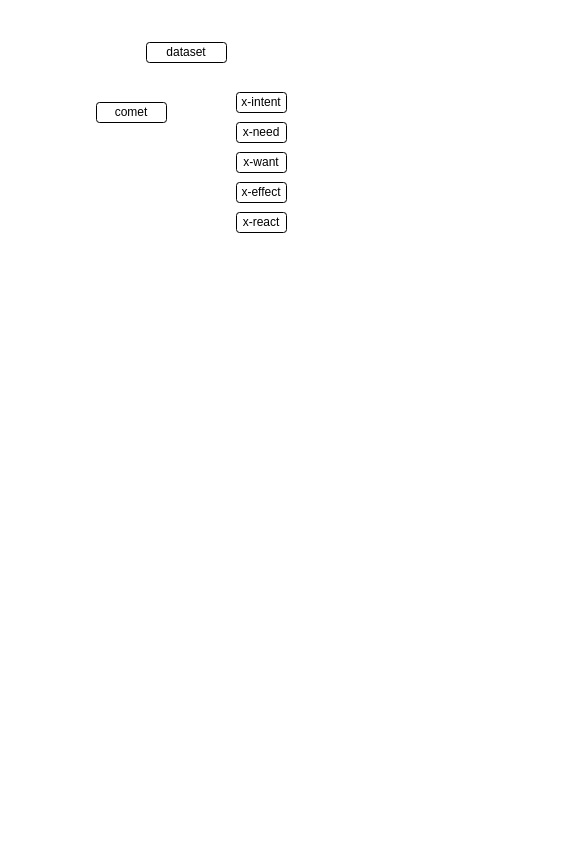
Above: comet_llm工作流程.drawio in ShizhongP/dl-notes (draw.io), before the change. Source tidied: cells renumbered, new cells numbered last; positions are measured from the earlier drawing's top-left corner, leaving out a move shared by most shapes. Both pictures are drawn from the tidied source at 100%, with x=0, y=0 at pixel (96, 42).
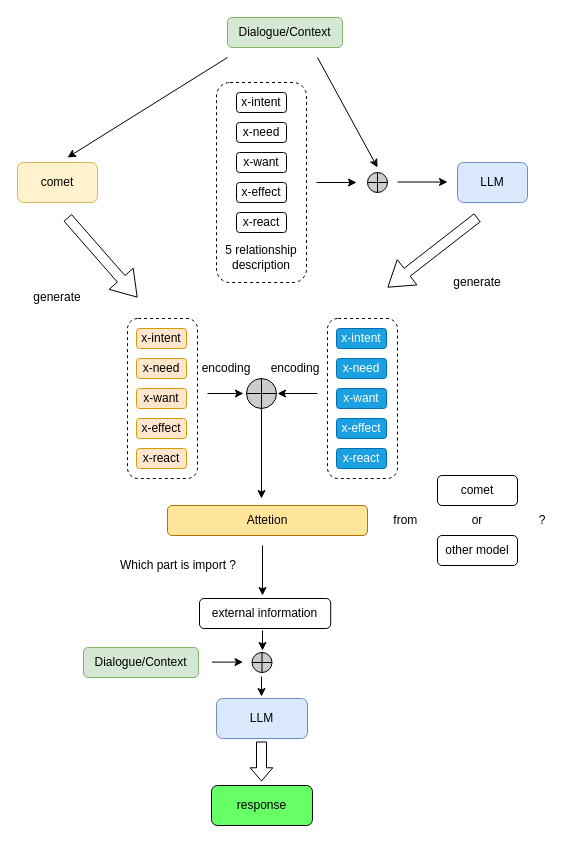
After the change.

Commit message (it also covers changes not shown here):
更新comet_llm工作流程.drawio

Diff of the diagram source:
```diff
@@
+    <mxCell id="9" style="rounded=1;whiteSpace=wrap;html=1;dashed=1;" parent="1" vertex="1">
+      <mxGeometry x="120" y="40" width="90" height="200" as="geometry" />
+    </mxCell>
-    <mxCell id="2" value="dataset" style="rounded=1;whiteSpace=wrap;html=1;" parent="1" vertex="1">
-      <mxGeometry x="50" width="80" height="20" as="geometry" />
+    <mxCell id="2" value="Dialogue/Context" style="rounded=1;whiteSpace=wrap;html=1;fillColor=#d5e8d4;strokeColor=#82b366;" parent="1" vertex="1">
+      <mxGeometry x="131" y="-25" width="115" height="30" as="geometry" />
     </mxCell>
-    <mxCell id="3" value="comet" style="rounded=1;whiteSpace=wrap;html=1;" parent="1" vertex="1">
-      <mxGeometry y="60" width="70" height="20" as="geometry" />
+    <mxCell id="3" value="comet" style="rounded=1;whiteSpace=wrap;html=1;fillColor=#fff2cc;strokeColor=#d6b656;" parent="1" vertex="1">
+      <mxGeometry x="-79" y="120" width="80" height="40" as="geometry" />
     </mxCell>
@@
+    <mxCell id="10" value="LLM" style="rounded=1;whiteSpace=wrap;html=1;fillColor=#dae8fc;strokeColor=#6c8ebf;" parent="1" vertex="1">
+      <mxGeometry x="361" y="120" width="70" height="40" as="geometry" />
+    </mxCell>
+    <mxCell id="11" value="generate" style="text;html=1;align=center;verticalAlign=middle;whiteSpace=wrap;rounded=0;" parent="1" vertex="1">
+      <mxGeometry x="351" y="225" width="60" height="30" as="geometry" />
+    </mxCell>
+    <mxCell id="12" style="endArrow=classic;html=1;rounded=0;" parent="1" edge="1">
+      <mxGeometry relative="1" as="geometry">
+        <mxPoint x="131" y="15" as="sourcePoint" />
+        <mxPoint x="-29" y="115" as="targetPoint" />
+      </mxGeometry>
+    </mxCell>
+    <mxCell id="13" value="5 relationship description" style="text;html=1;align=center;verticalAlign=middle;whiteSpace=wrap;rounded=0;" parent="1" vertex="1">
+      <mxGeometry x="110" y="200" width="110" height="30" as="geometry" />
+    </mxCell>
+    <mxCell id="14" style="shape=orEllipse;perimeter=ellipsePerimeter;whiteSpace=wrap;html=1;backgroundOutline=1;fillColor=#CCCCCC;" parent="1" vertex="1">
+      <mxGeometry x="271" y="130" width="20" height="20" as="geometry" />
+    </mxCell>
+    <mxCell id="15" style="endArrow=classic;html=1;rounded=0;" parent="1" edge="1">
+      <mxGeometry relative="1" as="geometry">
+        <mxPoint x="221" y="15" as="sourcePoint" />
+        <mxPoint x="281" y="125" as="targetPoint" />
+      </mxGeometry>
+    </mxCell>
+    <mxCell id="16" style="endArrow=classic;html=1;rounded=0;" parent="1" edge="1">
+      <mxGeometry relative="1" as="geometry">
+        <mxPoint x="220" y="140" as="sourcePoint" />
+        <mxPoint x="260" y="140" as="targetPoint" />
+      </mxGeometry>
+    </mxCell>
+    <mxCell id="17" style="shape=flexArrow;endArrow=classic;html=1;rounded=0;endWidth=21;endSize=7.77;" parent="1" edge="1">
+      <mxGeometry relative="1" as="geometry">
+        <mxPoint x="381" y="175" as="sourcePoint" />
+        <mxPoint x="291" y="245" as="targetPoint" />
+      </mxGeometry>
+    </mxCell>
+    <mxCell id="18" style="rounded=1;whiteSpace=wrap;html=1;dashed=1;" parent="1" vertex="1">
+      <mxGeometry x="31" y="276" width="70" height="160" as="geometry" />
+    </mxCell>
+    <mxCell id="19" value="x-intent" style="rounded=1;whiteSpace=wrap;html=1;fillColor=#ffe6cc;strokeColor=#d79b00;" parent="1" vertex="1">
+      <mxGeometry x="40" y="286" width="50" height="20" as="geometry" />
+    </mxCell>
+    <mxCell id="20" value="x-need" style="rounded=1;whiteSpace=wrap;html=1;fillColor=#ffe6cc;strokeColor=#d79b00;" parent="1" vertex="1">
+      <mxGeometry x="40" y="316" width="50" height="20" as="geometry" />
+    </mxCell>
+    <mxCell id="21" value="x-want" style="rounded=1;whiteSpace=wrap;html=1;fillColor=#ffe6cc;strokeColor=#d79b00;" parent="1" vertex="1">
+      <mxGeometry x="40" y="346" width="50" height="20" as="geometry" />
+    </mxCell>
+    <mxCell id="22" value="x-effect" style="rounded=1;whiteSpace=wrap;html=1;fillColor=#ffe6cc;strokeColor=#d79b00;" parent="1" vertex="1">
+      <mxGeometry x="40" y="376" width="50" height="20" as="geometry" />
+    </mxCell>
+    <mxCell id="23" value="x-react" style="rounded=1;whiteSpace=wrap;html=1;fillColor=#ffe6cc;strokeColor=#d79b00;" parent="1" vertex="1">
+      <mxGeometry x="40" y="406" width="50" height="20" as="geometry" />
+    </mxCell>
+    <mxCell id="24" style="shape=flexArrow;endArrow=classic;html=1;rounded=0;endWidth=21;endSize=7.77;" parent="1" edge="1">
+      <mxGeometry relative="1" as="geometry">
+        <mxPoint x="-29" y="175" as="sourcePoint" />
+        <mxPoint x="41" y="255" as="targetPoint" />
+      </mxGeometry>
+    </mxCell>
+    <mxCell id="25" value="generate" style="text;html=1;align=center;verticalAlign=middle;whiteSpace=wrap;rounded=0;" parent="1" vertex="1">
+      <mxGeometry x="-69" y="240" width="60" height="30" as="geometry" />
+    </mxCell>
+    <mxCell id="26" style="rounded=1;whiteSpace=wrap;html=1;dashed=1;" parent="1" vertex="1">
+      <mxGeometry x="231" y="276" width="70" height="160" as="geometry" />
+    </mxCell>
+    <mxCell id="27" value="x-intent" style="rounded=1;whiteSpace=wrap;html=1;fillColor=#1ba1e2;fontColor=#ffffff;strokeColor=#006EAF;" parent="1" vertex="1">
+      <mxGeometry x="240" y="286" width="50" height="20" as="geometry" />
+    </mxCell>
+    <mxCell id="28" value="x-need" style="rounded=1;whiteSpace=wrap;html=1;fillColor=#1ba1e2;fontColor=#ffffff;strokeColor=#006EAF;" parent="1" vertex="1">
+      <mxGeometry x="240" y="316" width="50" height="20" as="geometry" />
+    </mxCell>
+    <mxCell id="29" value="x-want" style="rounded=1;whiteSpace=wrap;html=1;fillColor=#1ba1e2;fontColor=#ffffff;strokeColor=#006EAF;" parent="1" vertex="1">
+      <mxGeometry x="240" y="346" width="50" height="20" as="geometry" />
+    </mxCell>
+    <mxCell id="30" value="x-effect" style="rounded=1;whiteSpace=wrap;html=1;fillColor=#1ba1e2;fontColor=#ffffff;strokeColor=#006EAF;" parent="1" vertex="1">
+      <mxGeometry x="240" y="376" width="50" height="20" as="geometry" />
+    </mxCell>
+    <mxCell id="31" value="x-react" style="rounded=1;whiteSpace=wrap;html=1;fillColor=#1ba1e2;fontColor=#ffffff;strokeColor=#006EAF;" parent="1" vertex="1">
+      <mxGeometry x="240" y="406" width="50" height="20" as="geometry" />
+    </mxCell>
+    <mxCell id="32" style="endArrow=classic;html=1;rounded=0;" parent="1" edge="1">
+      <mxGeometry relative="1" as="geometry">
+        <mxPoint x="301" y="139.5" as="sourcePoint" />
+        <mxPoint x="351" y="139.5" as="targetPoint" />
+      </mxGeometry>
+    </mxCell>
+    <mxCell id="33" value="Attetion" style="rounded=1;whiteSpace=wrap;html=1;fillColor=#FFE599;fontColor=#000000;strokeColor=#BD7000;" parent="1" vertex="1">
+      <mxGeometry x="71" y="463" width="200" height="30" as="geometry" />
+    </mxCell>
+    <mxCell id="34" style="shape=orEllipse;perimeter=ellipsePerimeter;whiteSpace=wrap;html=1;backgroundOutline=1;fillColor=#CCCCCC;" parent="1" vertex="1">
+      <mxGeometry x="150" y="336" width="30" height="30" as="geometry" />
+    </mxCell>
+    <mxCell id="35" style="endArrow=classic;html=1;rounded=0;entryX=-0.102;entryY=0.5;entryDx=0;entryDy=0;entryPerimeter=0;" parent="1" edge="1" target="34">
+      <mxGeometry relative="1" as="geometry">
+        <mxPoint x="111" y="351" as="sourcePoint" />
+      </mxGeometry>
+    </mxCell>
+    <mxCell id="36" style="endArrow=classic;html=1;rounded=0;" parent="1" edge="1">
+      <mxGeometry relative="1" as="geometry">
+        <mxPoint x="221" y="351" as="sourcePoint" />
+        <mxPoint x="181" y="351" as="targetPoint" />
+      </mxGeometry>
+    </mxCell>
+    <mxCell id="37" value="encoding" style="text;html=1;align=center;verticalAlign=middle;whiteSpace=wrap;rounded=0;" parent="1" vertex="1">
+      <mxGeometry x="95" y="316" width="70" height="20" as="geometry" />
+    </mxCell>
+    <mxCell id="38" value="encoding" style="text;html=1;align=center;verticalAlign=middle;whiteSpace=wrap;rounded=0;" parent="1" vertex="1">
+      <mxGeometry x="164" y="316" width="70" height="20" as="geometry" />
+    </mxCell>
+    <mxCell id="39" style="endArrow=classic;html=1;rounded=0;exitX=0.5;exitY=1;exitDx=0;exitDy=0;" parent="1" edge="1" source="34">
+      <mxGeometry relative="1" as="geometry">
+        <mxPoint x="165" y="456" as="targetPoint" />
+      </mxGeometry>
+    </mxCell>
+    <mxCell id="40" value="Which part is import ?" style="text;html=1;align=center;verticalAlign=middle;whiteSpace=wrap;rounded=0;" parent="1" vertex="1">
+      <mxGeometry x="13" y="503" width="137.5" height="40" as="geometry" />
+    </mxCell>
+    <mxCell id="41" style="endArrow=classic;html=1;rounded=0;" parent="1" edge="1">
+      <mxGeometry relative="1" as="geometry">
+        <mxPoint x="166" y="503" as="sourcePoint" />
+        <mxPoint x="166" y="553" as="targetPoint" />
+      </mxGeometry>
+    </mxCell>
+    <mxCell id="42" value="from&amp;nbsp;" style="text;html=1;align=center;verticalAlign=middle;whiteSpace=wrap;rounded=0;" parent="1" vertex="1">
+      <mxGeometry x="281" y="463" width="60" height="30" as="geometry" />
+    </mxCell>
+    <mxCell id="43" value="comet" style="rounded=1;whiteSpace=wrap;html=1;" parent="1" vertex="1">
+      <mxGeometry x="341" y="433" width="80" height="30" as="geometry" />
+    </mxCell>
+    <mxCell id="44" value="?" style="text;html=1;align=center;verticalAlign=middle;whiteSpace=wrap;rounded=0;" parent="1" vertex="1">
+      <mxGeometry x="421" y="458" width="50" height="40" as="geometry" />
+    </mxCell>
+    <mxCell id="45" value="other model" style="rounded=1;whiteSpace=wrap;html=1;" parent="1" vertex="1">
+      <mxGeometry x="341" y="493" width="80" height="30" as="geometry" />
+    </mxCell>
+    <mxCell id="46" value="or" style="text;html=1;align=center;verticalAlign=middle;whiteSpace=wrap;rounded=0;" parent="1" vertex="1">
+      <mxGeometry x="351" y="463" width="60" height="30" as="geometry" />
+    </mxCell>
+    <mxCell id="47" value="external information" style="rounded=1;whiteSpace=wrap;html=1;" parent="1" vertex="1">
+      <mxGeometry x="103" y="556" width="131.2" height="30" as="geometry" />
+    </mxCell>
+    <mxCell id="48" value="LLM" style="rounded=1;whiteSpace=wrap;html=1;fillColor=#dae8fc;strokeColor=#6c8ebf;" parent="1" vertex="1">
+      <mxGeometry x="120" y="656" width="91" height="40" as="geometry" />
+    </mxCell>
+    <mxCell id="49" value="Dialogue/Context" style="rounded=1;whiteSpace=wrap;html=1;fillColor=#d5e8d4;strokeColor=#82b366;" parent="1" vertex="1">
+      <mxGeometry x="-13" y="605" width="115" height="30" as="geometry" />
+    </mxCell>
+    <mxCell id="50" style="shape=orEllipse;perimeter=ellipsePerimeter;whiteSpace=wrap;html=1;backgroundOutline=1;fillColor=#CCCCCC;" parent="1" vertex="1">
+      <mxGeometry x="155.5" y="610" width="20" height="20" as="geometry" />
+    </mxCell>
+    <mxCell id="51" style="endArrow=classic;html=1;rounded=0;" parent="1" edge="1">
+      <mxGeometry relative="1" as="geometry">
+        <mxPoint x="115.5" y="619.6" as="sourcePoint" />
+        <mxPoint x="146.5" y="619.6" as="targetPoint" />
+      </mxGeometry>
+    </mxCell>
+    <mxCell id="52" style="endArrow=classic;html=1;rounded=0;" parent="1" edge="1">
+      <mxGeometry relative="1" as="geometry">
+        <mxPoint x="166" y="588" as="sourcePoint" />
+        <mxPoint x="166" y="608" as="targetPoint" />
+      </mxGeometry>
+    </mxCell>
+    <mxCell id="53" style="endArrow=classic;html=1;rounded=0;" parent="1" edge="1">
+      <mxGeometry relative="1" as="geometry">
+        <mxPoint x="165" y="634" as="sourcePoint" />
+        <mxPoint x="165" y="654" as="targetPoint" />
+      </mxGeometry>
+    </mxCell>
+    <mxCell id="54" value="response" style="rounded=1;whiteSpace=wrap;html=1;fillColor=#66FF66;" parent="1" vertex="1">
+      <mxGeometry x="115" y="743" width="101" height="40" as="geometry" />
+    </mxCell>
+    <mxCell id="55" style="shape=flexArrow;endArrow=classic;html=1;rounded=0;endWidth=11.627906976744187;endSize=4.069767441860465;" parent="1" edge="1">
+      <mxGeometry relative="1" as="geometry">
+        <mxPoint x="165" y="699" as="sourcePoint" />
+        <mxPoint x="165" y="739" as="targetPoint" />
+      </mxGeometry>
+    </mxCell>
```
